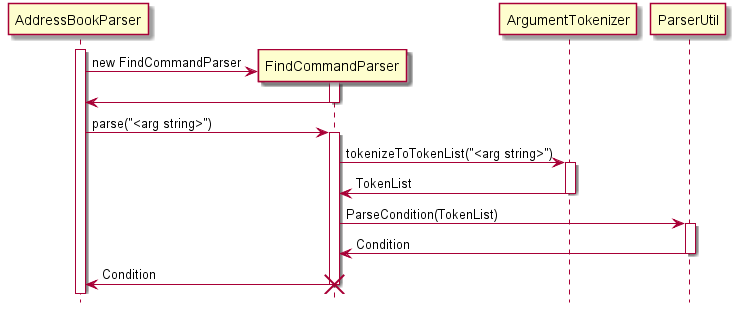
This is docs/images/FindCommandSequence.png from nus-cs2103-AY1718S2/addressbook-level4, a PlantUML export, as it was before one commit. Its diagram source:
```plantuml
@startuml
hide footbox
participant AddressBookParser

activate AddressBookParser

create FindCommandParser
AddressBookParser -> FindCommandParser : new FindCommandParser
activate FindCommandParser
FindCommandParser -> AddressBookParser
deactivate

AddressBookParser -> FindCommandParser : parse("<arg string>")
activate FindCommandParser

FindCommandParser -> ArgumentTokenizer : tokenizeToTokenList("<arg string>")
activate ArgumentTokenizer

ArgumentTokenizer -> FindCommandParser : TokenList
deactivate ArgumentTokenizer

FindCommandParser -> ParserUtil : ParseCondition(TokenList)
activate ParserUtil

ParserUtil -> FindCommandParser : Condition
deactivate ParserUtil

FindCommandParser -> AddressBookParser : Condition
deactivate FindCommandParser

destroy FindCommandParser

@enduml
```
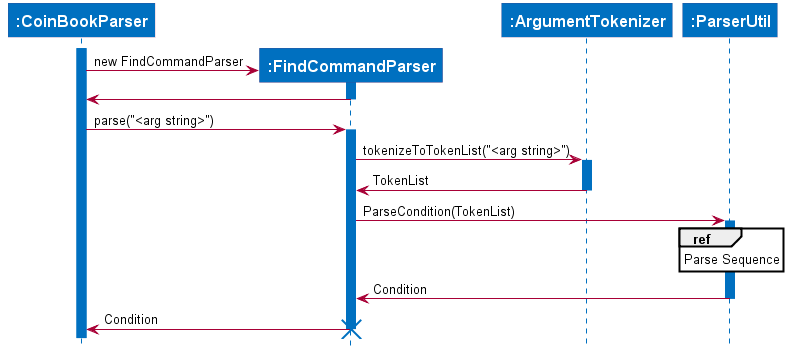
The same diagram one commit later.

Diff of the diagram source:
```diff
@@ -1,16 +1,35 @@
 @startuml
 hide footbox
-participant AddressBookParser
 
-activate AddressBookParser
+skinparam sequence {
+  ActorBackgroundColor #DDDDDD
+  ActorBorderColor black
+  ParticipantFontColor white
+  ParticipantFontSize 16
+  ParticipantFontStyle bold
+  ParticipantBorderThickness 0
+  ParticipantBackgroundColor #0070C0
+  LifeLineBorderColor #0070C0
+  LifeLineBackgroundColor #0070C0
+  defaultFontName Calibri
+}
+
+skinparam shadowing false
+
+participant ":CoinBookParser" as CoinBookParser
+participant ":FindCommandParser" as FindCommandParser
+participant ":ArgumentTokenizer" as ArgumentTokenizer
+participant ":ParserUtil" as ParserUtil
+
+activate CoinBookParser
 
 create FindCommandParser
-AddressBookParser -> FindCommandParser : new FindCommandParser
+CoinBookParser -> FindCommandParser : new FindCommandParser
 activate FindCommandParser
-FindCommandParser -> AddressBookParser
+FindCommandParser -> CoinBookParser
 deactivate
 
-AddressBookParser -> FindCommandParser : parse("<arg string>")
+CoinBookParser -> FindCommandParser : parse("<arg string>")
 activate FindCommandParser
 
 FindCommandParser -> ArgumentTokenizer : tokenizeToTokenList("<arg string>")
@@ -22,10 +41,12 @@
 FindCommandParser -> ParserUtil : ParseCondition(TokenList)
 activate ParserUtil
 
+ref over ParserUtil : Parse Sequence
+
 ParserUtil -> FindCommandParser : Condition
 deactivate ParserUtil
 
-FindCommandParser -> AddressBookParser : Condition
+FindCommandParser -> CoinBookParser : Condition
 deactivate FindCommandParser
 
 destroy FindCommandParser
```
